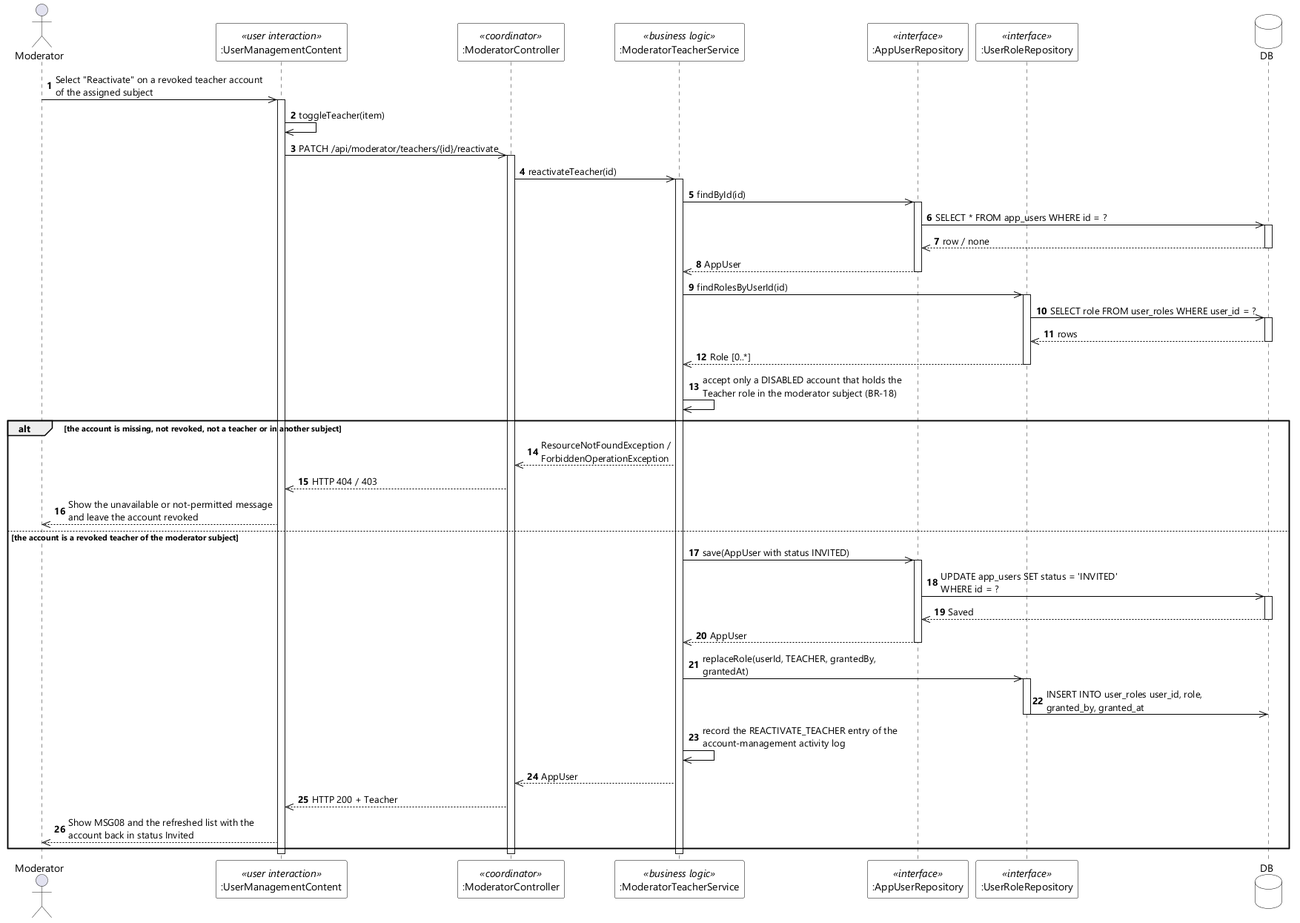
Before: designs/sds-diagrams/uc81/uc81-sequence-diagram-stereo.png, a diagram exported from PlantUML (EduA-system/EduA-system). Its diagram source:
```plantuml
@startuml UC-81 Reactivate Teacher Account - Sequence Diagram (stereo)
skinparamlocked dpi 96
skinparam defaultFontName "Segoe UI"
skinparam shadowing false
skinparam ParticipantBackgroundColor #FFFFFF
skinparam ParticipantBorderColor #000000
skinparam DatabaseBackgroundColor #FFFFFF
skinparam DatabaseBorderColor #000000
skinparam ArrowColor #000000
skinparam sequenceMessageAlign left
skinparam maxMessageSize 280

actor Moderator
participant ":UserManagementContent" as UI <<user interaction>>
participant ":ModeratorController" as CTL <<coordinator>>
participant ":ModeratorTeacherService" as SVC <<business logic>>
participant ":AppUserRepository" as USERS <<interface>>
participant ":UserRoleRepository" as ROLES <<interface>>
database DB

autonumber
Moderator ->> UI : Select "Reactivate" on a revoked teacher account of the assigned subject
activate UI
UI ->> UI : toggleTeacher(item)
UI ->> CTL : PATCH /api/moderator/teachers/{id}/reactivate
activate CTL
CTL ->> SVC : reactivateTeacher(id)
activate SVC
SVC ->> USERS : findById(id)
activate USERS
USERS ->> DB : SELECT * FROM app_users WHERE id = ?
activate DB
DB -->> USERS : row / none
deactivate DB
USERS -->> SVC : AppUser
deactivate USERS
SVC ->> ROLES : findRolesByUserId(id)
activate ROLES
ROLES ->> DB : SELECT role FROM user_roles WHERE user_id = ?
activate DB
DB -->> ROLES : rows
deactivate DB
ROLES -->> SVC : Role [0..*]
deactivate ROLES
SVC ->> SVC : accept only a DISABLED account that holds the Teacher role in the moderator subject (BR-18)

alt the account is missing, not revoked, not a teacher or in another subject
  SVC -->> CTL : ResourceNotFoundException / ForbiddenOperationException
  CTL -->> UI : HTTP 404 / 403
  UI -->> Moderator : Show the unavailable or not-permitted message and leave the account revoked
else the account is a revoked teacher of the moderator subject
  SVC ->> USERS : save(AppUser with status INVITED)
  activate USERS
  USERS ->> DB : UPDATE app_users SET status = 'INVITED' WHERE id = ?
  activate DB
  DB -->> USERS : Saved
  deactivate DB
  USERS -->> SVC : AppUser
  deactivate USERS
  SVC ->> ROLES : replaceRole(userId, TEACHER, grantedBy, grantedAt)
  activate ROLES
  ROLES ->> DB : INSERT INTO user_roles user_id, role, granted_by, granted_at
  deactivate ROLES
  SVC ->> SVC : record the REACTIVATE_TEACHER entry of the account-management activity log
  SVC -->> CTL : AppUser
  CTL -->> UI : HTTP 200 + Teacher
  UI -->> Moderator : Show MSG08 and the refreshed list with the account back in status Invited
end
deactivate SVC
deactivate CTL
deactivate UI
@enduml
```
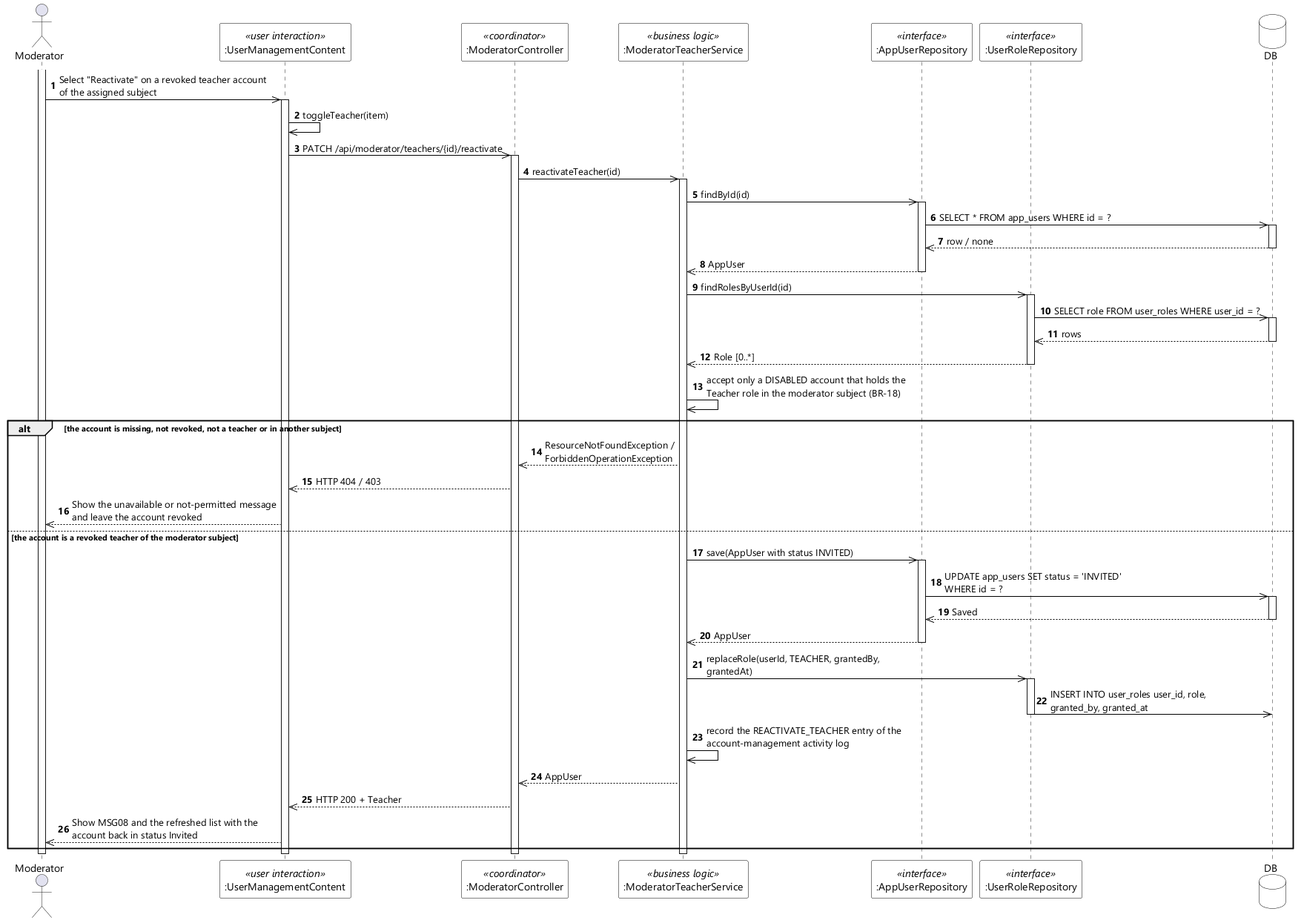
The same file after the commit.

Diff of the diagram source:
```diff
@@ -19,6 +19,7 @@
 database DB
 
 autonumber
+activate Moderator
 Moderator ->> UI : Select "Reactivate" on a revoked teacher account of the assigned subject
 activate UI
 UI ->> UI : toggleTeacher(item)
@@ -69,4 +70,5 @@
 deactivate SVC
 deactivate CTL
 deactivate UI
+deactivate Moderator
 @enduml
```
